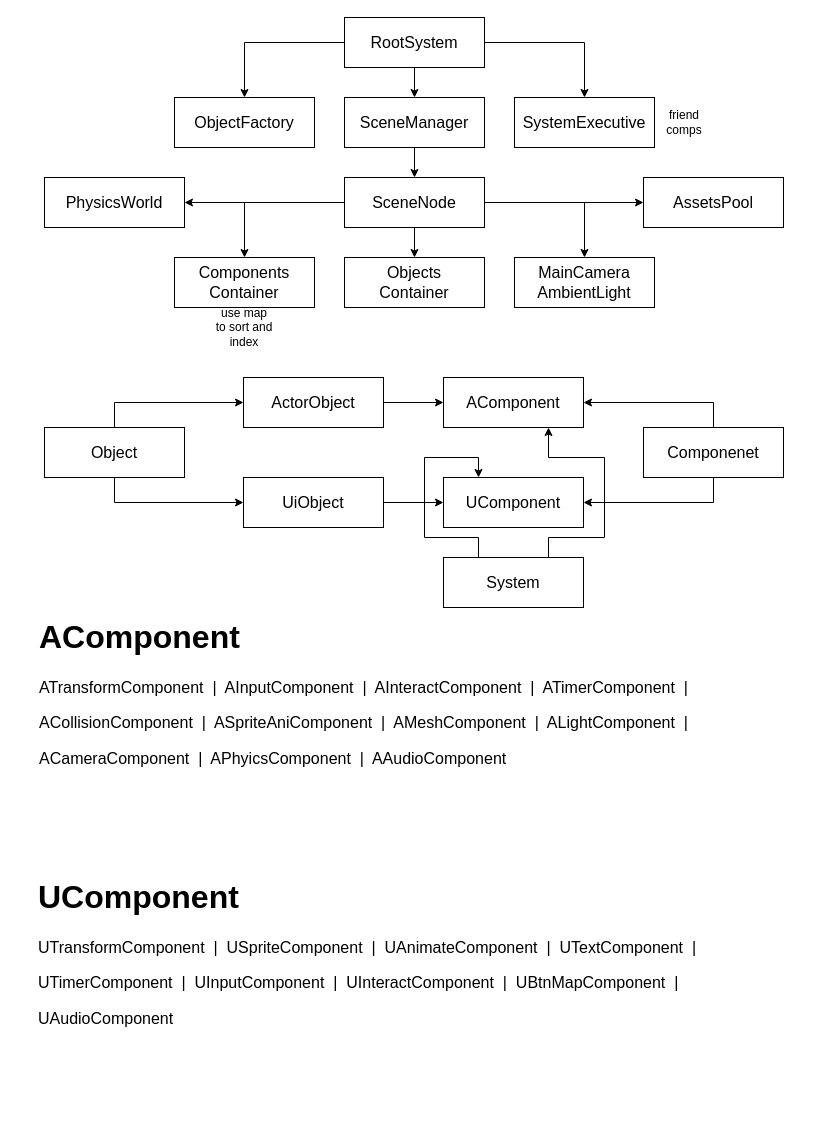
This is page "Overview" (2 of 7) of HycFrame3D.drawio from HIBICUS-CAI/HycFrame3D, a draw.io file, before an edit. Source tidied: cells renumbered, new cells numbered last; positions are measured from the earlier drawing's top-left corner, leaving out a move shared by most shapes. Both pictures are drawn from the tidied source at 100%, with x=0, y=0 at pixel (33, 17).
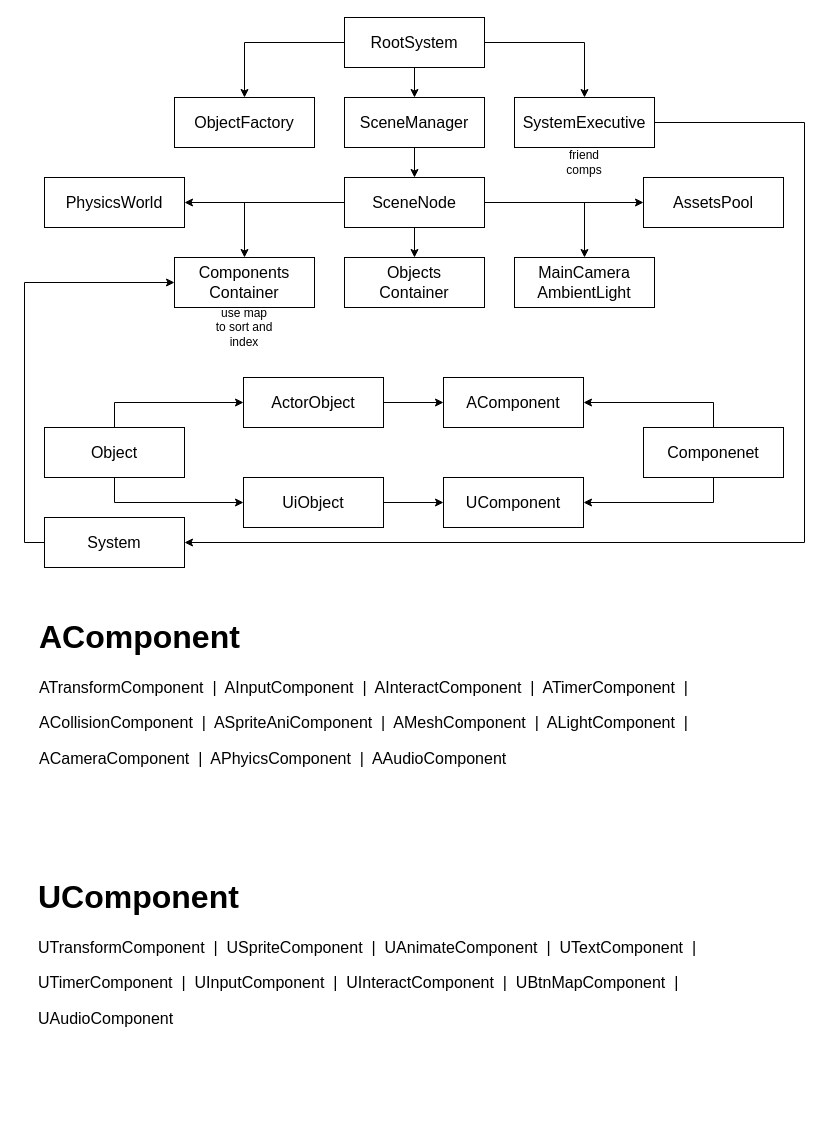
The same diagram, later.

Unchanged cells that the change refers to:
```xml
<mxCell id="16" value="Components&lt;br&gt;Container" style="rounded=0;whiteSpace=wrap;html=1;fontSize=16;" parent="1" vertex="1">
  <mxGeometry x="141" y="240" width="140" height="50" as="geometry" />
</mxCell>
<mxCell id="17" value="SystemExecutive" style="rounded=0;whiteSpace=wrap;html=1;fontSize=16;" parent="1" vertex="1">
  <mxGeometry x="481" y="80" width="140" height="50" as="geometry" />
</mxCell>
<mxCell id="29" value="AComponent" style="rounded=0;whiteSpace=wrap;html=1;fontSize=16;" parent="1" vertex="1">
  <mxGeometry x="410" y="360" width="140" height="50" as="geometry" />
</mxCell>
<mxCell id="30" value="UComponent" style="rounded=0;whiteSpace=wrap;html=1;fontSize=16;" parent="1" vertex="1">
  <mxGeometry x="410" y="460" width="140" height="50" as="geometry" />
</mxCell>
```

What changed in the source:
```diff
@@
+    <mxCell id="40" style="edgeStyle=orthogonalEdgeStyle;rounded=0;jettySize=auto;html=1;exitX=1;exitY=0.5;exitDx=0;exitDy=0;entryX=1;entryY=0.5;entryDx=0;entryDy=0;" parent="1" edge="1" source="17" target="39">
+      <mxGeometry relative="1" as="geometry">
+        <Array as="points">
+          <mxPoint x="771" y="105" />
+          <mxPoint x="771" y="525" />
+        </Array>
+      </mxGeometry>
+    </mxCell>
@@
     <mxCell id="35" value="friend comps" style="text;html=1;strokeColor=none;fillColor=none;align=center;verticalAlign=middle;whiteSpace=wrap;rounded=0;" parent="1" vertex="1">
-      <mxGeometry x="621" y="90" width="60" height="30" as="geometry" />
+      <mxGeometry x="521" y="130" width="60" height="30" as="geometry" />
     </mxCell>
@@
-    <mxCell id="37" style="edgeStyle=orthogonalEdgeStyle;rounded=0;jettySize=auto;html=1;exitX=0.25;exitY=0;exitDx=0;exitDy=0;entryX=0.25;entryY=0;entryDx=0;entryDy=0;" parent="1" edge="1" source="39" target="30">
-      <mxGeometry relative="1" as="geometry">
-        <Array as="points">
-          <mxPoint x="445" y="520" />
-          <mxPoint x="391" y="520" />
-          <mxPoint x="391" y="440" />
-          <mxPoint x="445" y="440" />
-        </Array>
-      </mxGeometry>
-    </mxCell>
-    <mxCell id="38" style="edgeStyle=orthogonalEdgeStyle;rounded=0;jettySize=auto;html=1;exitX=0.75;exitY=0;exitDx=0;exitDy=0;entryX=0.75;entryY=1;entryDx=0;entryDy=0;" parent="1" edge="1" source="39" target="29">
-      <mxGeometry relative="1" as="geometry">
-        <Array as="points">
-          <mxPoint x="515" y="520" />
-          <mxPoint x="571" y="520" />
-          <mxPoint x="571" y="440" />
-          <mxPoint x="515" y="440" />
-        </Array>
-      </mxGeometry>
-    </mxCell>
+    <mxCell id="41" style="edgeStyle=orthogonalEdgeStyle;rounded=0;jettySize=auto;html=1;exitX=0;exitY=0.5;exitDx=0;exitDy=0;entryX=0;entryY=0.5;entryDx=0;entryDy=0;" parent="1" edge="1" source="39" target="16">
+      <mxGeometry relative="1" as="geometry" />
+    </mxCell>
     <mxCell id="39" value="System" style="rounded=0;whiteSpace=wrap;html=1;fontSize=16;" parent="1" vertex="1">
-      <mxGeometry x="410" y="540" width="140" height="50" as="geometry" />
+      <mxGeometry x="11" y="500" width="140" height="50" as="geometry" />
     </mxCell>
```
